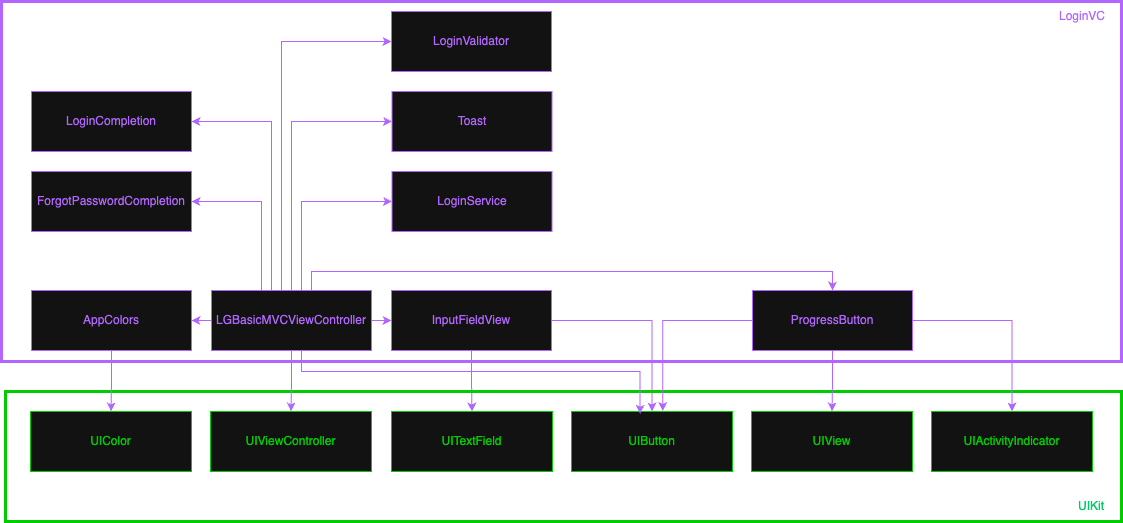
Above: ECommerceScreens/ECommerceScreens/Login/BasicMVC/Diagrams/LGBasicMVCDependency.png in hiren9697/UIPatternsDemonstration (draw.io), before the change. Source tidied: cells renumbered, new cells last; positions are measured from the earlier drawing's top-left corner, leaving out a move shared by most shapes.
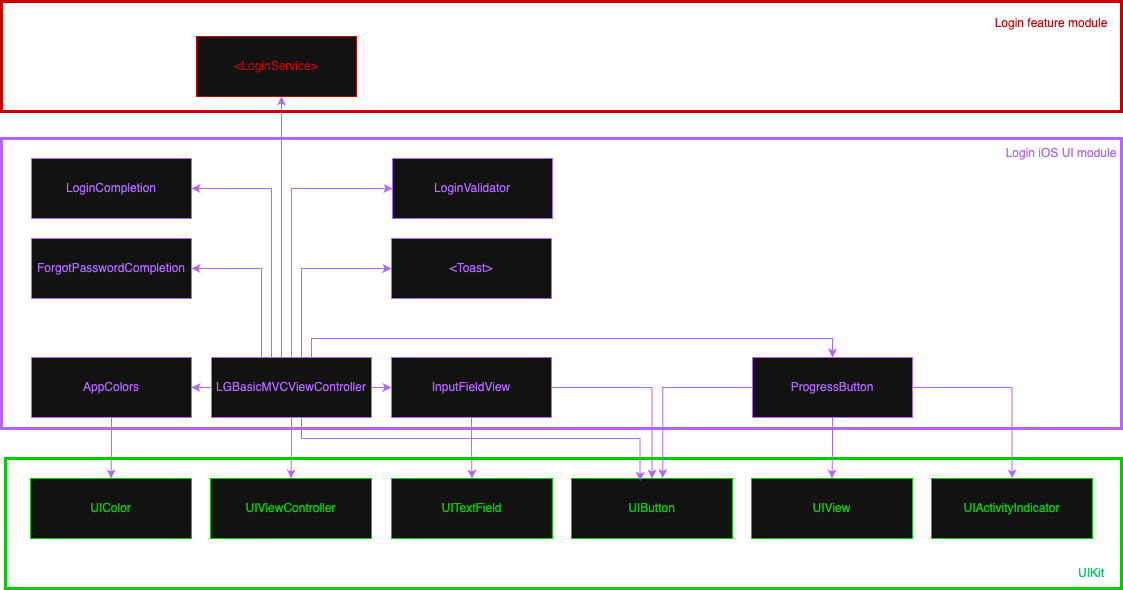
After the commit.

What changed in the source:
```diff
@@ -14,18 +14,18 @@
     <mxCell id="5" value="&lt;span style=&quot;color: light-dark(rgb(0, 0, 0), rgb(178, 102, 255));&quot;&gt;ForgotPasswordCompletion&lt;/span&gt;" style="rounded=0;whiteSpace=wrap;html=1;strokeColor=light-dark(#000000,#B266FF);" parent="1" vertex="1">
       <mxGeometry x="30" y="170" width="160" height="60" as="geometry" />
     </mxCell>
-    <mxCell id="6" style="rounded=0;whiteSpace=wrap;html=1;strokeColor=light-dark(#000000,#B266FF);fillColor=none;strokeWidth=3;" parent="1" vertex="1">
-      <mxGeometry width="1120" height="360" as="geometry" />
-    </mxCell>
+    <mxCell id="37" style="rounded=0;whiteSpace=wrap;html=1;strokeColor=light-dark(#000000,#B266FF);fillColor=none;strokeWidth=3;" parent="1" vertex="1">
+      <mxGeometry y="70" width="1120" height="290" as="geometry" />
+    </mxCell>
     <mxCell id="7" style="rounded=0;whiteSpace=wrap;html=1;strokeColor=light-dark(#000000,#00CC00);fillColor=none;strokeWidth=3;" parent="1" vertex="1">
       <mxGeometry x="4" y="390" width="1116" height="130" as="geometry" />
     </mxCell>
     <mxCell id="8" value="&lt;font style=&quot;color: light-dark(rgb(0, 0, 0), rgb(0, 204, 102));&quot;&gt;UIKit&lt;/font&gt;" style="text;html=1;align=center;verticalAlign=middle;whiteSpace=wrap;rounded=0;" parent="1" vertex="1">
       <mxGeometry x="1060" y="490" width="60" height="30" as="geometry" />
     </mxCell>
-    <mxCell id="9" value="&lt;font style=&quot;color: light-dark(rgb(0, 0, 0), rgb(178, 102, 255));&quot;&gt;LoginVC&lt;/font&gt;" style="text;html=1;align=center;verticalAlign=middle;whiteSpace=wrap;rounded=0;" parent="1" vertex="1">
-      <mxGeometry x="1042" width="78" height="30" as="geometry" />
-    </mxCell>
+    <mxCell id="38" value="&lt;font style=&quot;color: light-dark(rgb(0, 0, 0), rgb(178, 102, 255));&quot;&gt;Login iOS UI module&lt;/font&gt;" style="text;html=1;align=center;verticalAlign=middle;whiteSpace=wrap;rounded=0;" parent="1" vertex="1">
+      <mxGeometry x="1000" y="70" width="120" height="30" as="geometry" />
+    </mxCell>
     <mxCell id="10" value="&lt;span style=&quot;color: light-dark(rgb(0, 0, 0), rgb(178, 102, 255));&quot;&gt;LoginCompletion&lt;/span&gt;" style="rounded=0;whiteSpace=wrap;html=1;strokeColor=light-dark(#000000,#B266FF);" parent="1" vertex="1">
       <mxGeometry x="30" y="90" width="160" height="60" as="geometry" />
     </mxCell>
@@ -38,14 +38,11 @@
     <mxCell id="13" value="&lt;span style=&quot;color: light-dark(rgb(0, 0, 0), rgb(178, 102, 255));&quot;&gt;ProgressButton&lt;/span&gt;" style="rounded=0;whiteSpace=wrap;html=1;strokeColor=light-dark(#000000,#B266FF);" parent="1" vertex="1">
       <mxGeometry x="751" y="289" width="160" height="60" as="geometry" />
     </mxCell>
-    <mxCell id="14" value="&lt;span style=&quot;color: light-dark(rgb(0, 0, 0), rgb(178, 102, 255));&quot;&gt;LoginService&lt;/span&gt;" style="rounded=0;whiteSpace=wrap;html=1;strokeColor=light-dark(#000000,#B266FF);" parent="1" vertex="1">
-      <mxGeometry x="390.5" y="170" width="160" height="60" as="geometry" />
-    </mxCell>
-    <mxCell id="15" value="&lt;span style=&quot;color: light-dark(rgb(0, 0, 0), rgb(178, 102, 255));&quot;&gt;Toast&lt;/span&gt;" style="rounded=0;whiteSpace=wrap;html=1;strokeColor=light-dark(#000000,#B266FF);" parent="1" vertex="1">
-      <mxGeometry x="390.5" y="90" width="160" height="60" as="geometry" />
-    </mxCell>
+    <mxCell id="39" value="&lt;span style=&quot;color: light-dark(rgb(0, 0, 0), rgb(178, 102, 255));&quot;&gt;&amp;lt;Toast&amp;gt;&lt;/span&gt;" style="rounded=0;whiteSpace=wrap;html=1;strokeColor=light-dark(#000000,#B266FF);" parent="1" vertex="1">
+      <mxGeometry x="390" y="170" width="160" height="60" as="geometry" />
+    </mxCell>
     <mxCell id="16" value="&lt;span style=&quot;color: light-dark(rgb(0, 0, 0), rgb(178, 102, 255));&quot;&gt;LoginValidator&lt;/span&gt;" style="rounded=0;whiteSpace=wrap;html=1;strokeColor=light-dark(#000000,#B266FF);" parent="1" vertex="1">
-      <mxGeometry x="390" y="10" width="160" height="60" as="geometry" />
+      <mxGeometry x="391" y="90" width="160" height="60" as="geometry" />
     </mxCell>
     <mxCell id="17" style="edgeStyle=orthogonalEdgeStyle;rounded=0;jettySize=auto;html=1;entryX=0.5;entryY=0;entryDx=0;entryDy=0;strokeColor=#B266FF;" parent="1" edge="1" source="18" target="29">
       <mxGeometry relative="1" as="geometry" />
@@ -73,20 +70,6 @@
         </Array>
       </mxGeometry>
     </mxCell>
-    <mxCell id="24" style="edgeStyle=orthogonalEdgeStyle;rounded=0;jettySize=auto;html=1;entryX=0;entryY=0.5;entryDx=0;entryDy=0;strokeColor=#B266FF;" parent="1" edge="1" source="28" target="15">
-      <mxGeometry relative="1" as="geometry">
-        <Array as="points">
-          <mxPoint x="290" y="120" />
-        </Array>
-      </mxGeometry>
-    </mxCell>
-    <mxCell id="25" style="edgeStyle=orthogonalEdgeStyle;rounded=0;jettySize=auto;html=1;entryX=0;entryY=0.5;entryDx=0;entryDy=0;strokeColor=#B266FF;" parent="1" edge="1" source="28" target="14">
-      <mxGeometry relative="1" as="geometry">
-        <Array as="points">
-          <mxPoint x="300" y="200" />
-        </Array>
-      </mxGeometry>
-    </mxCell>
     <mxCell id="26" style="edgeStyle=orthogonalEdgeStyle;rounded=0;jettySize=auto;html=1;entryX=1;entryY=0.5;entryDx=0;entryDy=0;strokeColor=#B266FF;" parent="1" edge="1" source="28" target="10">
       <mxGeometry relative="1" as="geometry">
         <Array as="points">
@@ -101,6 +84,28 @@
         </Array>
       </mxGeometry>
     </mxCell>
+    <mxCell id="40" style="edgeStyle=orthogonalEdgeStyle;rounded=0;jettySize=auto;html=1;entryX=0;entryY=0.5;entryDx=0;entryDy=0;strokeColor=light-dark(#000000,#B266FF);" parent="1" edge="1" source="28" target="39">
+      <mxGeometry relative="1" as="geometry">
+        <Array as="points">
+          <mxPoint x="300" y="200" />
+        </Array>
+      </mxGeometry>
+    </mxCell>
+    <mxCell id="41" style="edgeStyle=orthogonalEdgeStyle;rounded=0;jettySize=auto;html=1;entryX=0;entryY=0.5;entryDx=0;entryDy=0;strokeColor=light-dark(#000000,#B266FF);" parent="1" edge="1" source="28" target="16">
+      <mxGeometry relative="1" as="geometry">
+        <Array as="points">
+          <mxPoint x="290" y="120" />
+        </Array>
+      </mxGeometry>
+    </mxCell>
+    <mxCell id="42" style="edgeStyle=orthogonalEdgeStyle;rounded=0;jettySize=auto;html=1;strokeColor=light-dark(#000000,#B266FF);" parent="1" edge="1" source="28" target="43">
+      <mxGeometry relative="1" as="geometry">
+        <Array as="points">
+          <mxPoint x="280" y="190" />
+          <mxPoint x="280" y="190" />
+        </Array>
+      </mxGeometry>
+    </mxCell>
     <mxCell id="28" value="&lt;span style=&quot;color: light-dark(rgb(0, 0, 0), rgb(178, 102, 255));&quot;&gt;LGBasicMVCViewController&lt;/span&gt;" style="rounded=0;whiteSpace=wrap;html=1;strokeColor=light-dark(#000000,#B266FF);" parent="1" vertex="1">
       <mxGeometry x="210" y="289" width="160" height="60" as="geometry" />
     </mxCell>
@@ -119,17 +124,6 @@
     <mxCell id="33" value="&lt;span style=&quot;color: light-dark(rgb(0, 0, 0), rgb(0, 204, 0));&quot;&gt;UIActivityIndicator&lt;/span&gt;" style="rounded=0;whiteSpace=wrap;html=1;strokeColor=light-dark(#000000,#00CC00);" parent="1" vertex="1">
       <mxGeometry x="930" y="410" width="161" height="60" as="geometry" />
     </mxCell>
-    <mxCell id="34" style="edgeStyle=orthogonalEdgeStyle;rounded=0;orthogonalLoop=1;jettySize=auto;html=1;strokeColor=#B266FF;" parent="1" edge="1">
-      <mxGeometry relative="1" as="geometry">
-        <mxPoint x="288.1" y="289" as="sourcePoint" />
-        <mxPoint x="390" y="40" as="targetPoint" />
-        <Array as="points">
-          <mxPoint x="280" y="289" />
-          <mxPoint x="280" y="40" />
-          <mxPoint x="390" y="40" />
-        </Array>
-      </mxGeometry>
-    </mxCell>
     <mxCell id="35" style="edgeStyle=orthogonalEdgeStyle;rounded=0;jettySize=auto;html=1;entryX=0.567;entryY=-0.006;entryDx=0;entryDy=0;entryPerimeter=0;strokeColor=#B266FF;" parent="1" edge="1" source="13" target="31">
       <mxGeometry relative="1" as="geometry" />
     </mxCell>
@@ -141,5 +135,14 @@
         </Array>
       </mxGeometry>
     </mxCell>
+    <mxCell id="43" value="&lt;font style=&quot;color: light-dark(rgb(0, 0, 0), rgb(204, 0, 0));&quot;&gt;&amp;lt;LoginService&amp;gt;&lt;/font&gt;" style="rounded=0;whiteSpace=wrap;html=1;strokeColor=light-dark(#000000,#CC0000);" parent="1" vertex="1">
+      <mxGeometry x="195" y="-32" width="160" height="60" as="geometry" />
+    </mxCell>
+    <mxCell id="44" style="rounded=0;whiteSpace=wrap;html=1;strokeColor=light-dark(#000000,#CC0000);fillColor=none;strokeWidth=3;" parent="1" vertex="1">
+      <mxGeometry y="-67" width="1120" height="110" as="geometry" />
+    </mxCell>
+    <mxCell id="45" value="&lt;font style=&quot;color: light-dark(rgb(0, 0, 0), rgb(204, 0, 0));&quot;&gt;Login feature module&lt;/font&gt;" style="text;html=1;align=center;verticalAlign=middle;whiteSpace=wrap;rounded=0;" parent="1" vertex="1">
+      <mxGeometry x="990" y="-60" width="120" height="30" as="geometry" />
+    </mxCell>
   </root>
 </mxGraphModel>
```
